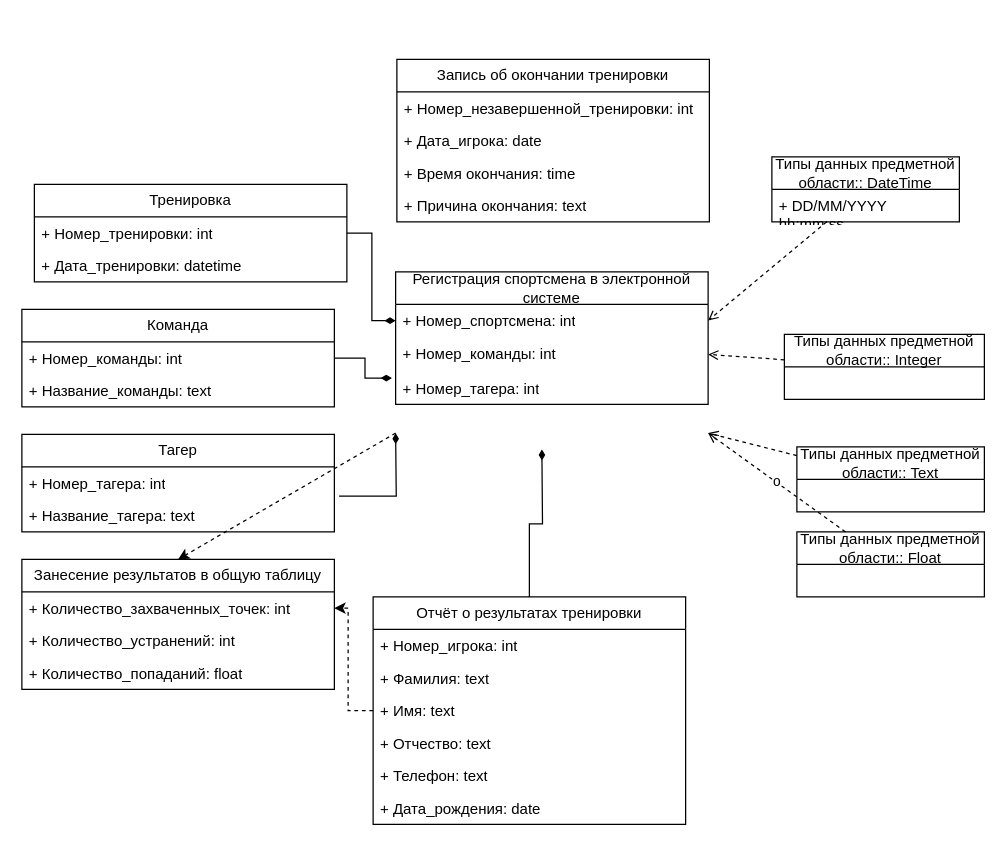
The draw.io diagram Решения/Часть 1. Схемы/Объекты бизнес процесса.drawio in VentoAureo12/Projecting-n-Design, before the edit. Source tidied: cells renumbered, new cells numbered last; positions are measured from the earlier drawing's top-left corner, leaving out a move shared by most shapes. Both pictures are drawn from the tidied source at 125%, with x=0, y=0 at pixel (21, 59).
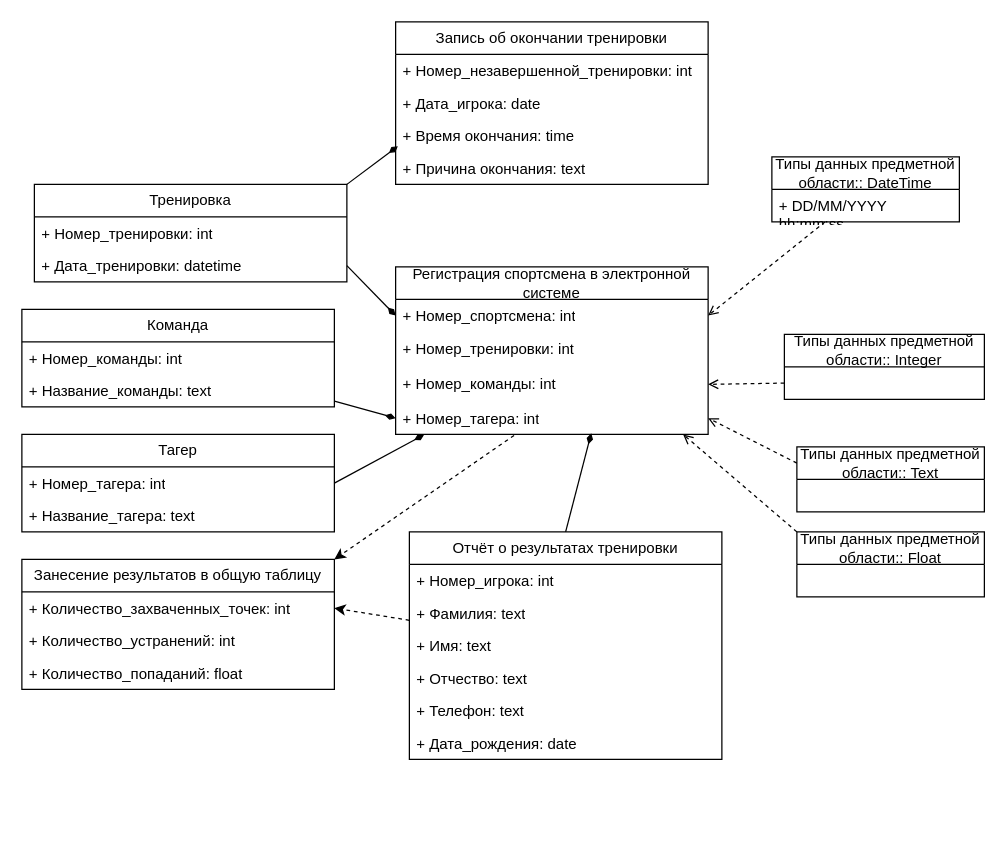
The same diagram, later.

The change refers to these unchanged cells:
```xml
<mxCell id="4" value="+ Номер_спортсмена: int" style="text;strokeColor=none;fillColor=none;align=left;verticalAlign=top;spacingLeft=4;spacingRight=4;overflow=hidden;points=[[0,0.5],[1,0.5]];portConstraint=eastwest;whiteSpace=wrap;html=1;" parent="3" vertex="1">
  <mxGeometry y="26" width="250" height="26" as="geometry" />
</mxCell>
<mxCell id="10" value="+ Время окончания: time" style="text;strokeColor=none;fillColor=none;align=left;verticalAlign=top;spacingLeft=4;spacingRight=4;overflow=hidden;points=[[0,0.5],[1,0.5]];portConstraint=eastwest;whiteSpace=wrap;html=1;" parent="7" vertex="1">
  <mxGeometry y="78" width="250" height="26" as="geometry" />
</mxCell>
<mxCell id="21" value="Тренировка" style="swimlane;fontStyle=0;horizontal=1;startSize=26;fillColor=none;whiteSpace=wrap;html=1;" parent="1" vertex="1">
  <mxGeometry x="10" y="100" width="250" height="78" as="geometry" />
</mxCell>
<mxCell id="22" value="+ Номер_тренировки: int" style="text;strokeColor=none;fillColor=none;align=left;verticalAlign=top;spacingLeft=4;spacingRight=4;overflow=hidden;points=[[0,0.5],[1,0.5]];portConstraint=eastwest;whiteSpace=wrap;html=1;" parent="21" vertex="1">
  <mxGeometry y="26" width="250" height="26" as="geometry" />
</mxCell>
<mxCell id="23" value="+ Дата_тренировки: datetime" style="text;strokeColor=none;fillColor=none;align=left;verticalAlign=top;spacingLeft=4;spacingRight=4;overflow=hidden;points=[[0,0.5],[1,0.5]];portConstraint=eastwest;whiteSpace=wrap;html=1;" parent="21" vertex="1">
  <mxGeometry y="52" width="250" height="26" as="geometry" />
</mxCell>
<mxCell id="24" value="Команда" style="swimlane;fontStyle=0;horizontal=1;startSize=26;fillColor=none;whiteSpace=wrap;html=1;" parent="1" vertex="1">
  <mxGeometry y="200" width="250" height="78" as="geometry" />
</mxCell>
<mxCell id="27" value="Занесение результатов в общую таблицу" style="swimlane;fontStyle=0;horizontal=1;startSize=26;fillColor=none;whiteSpace=wrap;html=1;" parent="1" vertex="1">
  <mxGeometry y="400" width="250" height="104" as="geometry" />
</mxCell>
<mxCell id="28" value="+ Количество_захваченных_точек: int" style="text;strokeColor=none;fillColor=none;align=left;verticalAlign=top;spacingLeft=4;spacingRight=4;overflow=hidden;points=[[0,0.5],[1,0.5]];portConstraint=eastwest;whiteSpace=wrap;html=1;" parent="27" vertex="1">
  <mxGeometry y="26" width="250" height="26" as="geometry" />
</mxCell>
<mxCell id="33" value="+ Номер_тагера: int" style="text;strokeColor=none;fillColor=none;align=left;verticalAlign=top;spacingLeft=4;spacingRight=4;overflow=hidden;points=[[0,0.5],[1,0.5]];portConstraint=eastwest;whiteSpace=wrap;html=1;" parent="32" vertex="1">
  <mxGeometry y="26" width="250" height="26" as="geometry" />
</mxCell>
<mxCell id="34" value="+ Название_тагера: text" style="text;strokeColor=none;fillColor=none;align=left;verticalAlign=top;spacingLeft=4;spacingRight=4;overflow=hidden;points=[[0,0.5],[1,0.5]];portConstraint=eastwest;whiteSpace=wrap;html=1;" parent="32" vertex="1">
  <mxGeometry y="52" width="250" height="26" as="geometry" />
</mxCell>
<mxCell id="41" value="Типы данных предметной области:: Integer" style="swimlane;fontStyle=0;horizontal=1;startSize=26;fillColor=none;whiteSpace=wrap;html=1;" parent="1" vertex="1">
  <mxGeometry x="610" y="220" width="160" height="52" as="geometry" />
</mxCell>
<mxCell id="43" value="Типы данных предметной области:: Text" style="swimlane;fontStyle=0;horizontal=1;startSize=26;fillColor=none;whiteSpace=wrap;html=1;" parent="1" vertex="1">
  <mxGeometry x="620" y="310" width="150" height="52" as="geometry" />
</mxCell>
<mxCell id="45" value="Типы данных предметной области:: Float" style="swimlane;fontStyle=0;horizontal=1;startSize=26;fillColor=none;whiteSpace=wrap;html=1;" parent="1" vertex="1">
  <mxGeometry x="620" y="378" width="150" height="52" as="geometry" />
</mxCell>
```

The edit, as a diff of the source:
```diff
@@
-    <mxCell id="2" style="rounded=0;jettySize=auto;html=1;entryX=0.5;entryY=0;entryDx=0;entryDy=0;dashed=1;exitX=0;exitY=0.5;exitDx=0;exitDy=0;" parent="1" edge="1" target="27">
-      <mxGeometry relative="1" as="geometry">
-        <mxPoint x="299" y="299" as="sourcePoint" />
-      </mxGeometry>
+    <mxCell id="2" style="rounded=0;jettySize=auto;html=1;entryX=1;entryY=0;entryDx=0;entryDy=0;dashed=1;exitX=0.379;exitY=1.033;exitDx=0;exitDy=0;exitPerimeter=0;" parent="1" edge="1" source="6" target="27">
+      <mxGeometry relative="1" as="geometry" />
     </mxCell>
     <mxCell id="3" value="Регистрация спортсмена в электронной системе" style="swimlane;fontStyle=0;horizontal=1;startSize=26;fillColor=none;whiteSpace=wrap;html=1;" parent="1" vertex="1">
-      <mxGeometry x="299" y="170" width="250" height="106" as="geometry" />
+      <mxGeometry x="299" y="166" width="250" height="134" as="geometry" />
     </mxCell>
@@
+    <mxCell id="46" value="+ Номер_тренировки: int" style="text;strokeColor=none;fillColor=none;align=left;verticalAlign=top;spacingLeft=4;spacingRight=4;overflow=hidden;whiteSpace=wrap;html=1;" parent="3" vertex="1">
+      <mxGeometry y="52" width="250" height="28" as="geometry" />
+    </mxCell>
     <mxCell id="5" value="+ Номер_команды: int" style="text;strokeColor=none;fillColor=none;align=left;verticalAlign=top;spacingLeft=4;spacingRight=4;overflow=hidden;points=[[0,0.5],[1,0.5]];portConstraint=eastwest;whiteSpace=wrap;html=1;" parent="3" vertex="1">
-      <mxGeometry y="52" width="250" height="28" as="geometry" />
+      <mxGeometry y="80" width="250" height="28" as="geometry" />
     </mxCell>
     <mxCell id="6" value="+ Номер_тагера: int" style="text;strokeColor=none;fillColor=none;align=left;verticalAlign=top;spacingLeft=4;spacingRight=4;overflow=hidden;points=[[0,0.5],[1,0.5]];portConstraint=eastwest;whiteSpace=wrap;html=1;" parent="3" vertex="1">
-      <mxGeometry y="80" width="250" height="26" as="geometry" />
+      <mxGeometry y="108" width="250" height="26" as="geometry" />
     </mxCell>
     <mxCell id="7" value="Запись об окончании тренировки" style="swimlane;fontStyle=0;horizontal=1;startSize=26;fillColor=none;whiteSpace=wrap;html=1;" parent="1" vertex="1">
-      <mxGeometry x="300" width="250" height="130" as="geometry" />
+      <mxGeometry x="299" y="-30" width="250" height="130" as="geometry" />
     </mxCell>
@@
-    <mxCell id="12" style="edgeStyle=orthogonalEdgeStyle;rounded=0;jettySize=auto;html=1;entryX=0.468;entryY=1;entryDx=0;entryDy=0;endArrow=diamondThin;endFill=1;entryPerimeter=0;" parent="1" edge="1" source="14">
-      <mxGeometry relative="1" as="geometry">
-        <mxPoint x="416" y="312" as="targetPoint" />
-      </mxGeometry>
+    <mxCell id="12" style="rounded=0;jettySize=auto;html=1;entryX=0.626;entryY=0.967;entryDx=0;entryDy=0;endArrow=diamondThin;endFill=1;entryPerimeter=0;exitX=0.5;exitY=0;exitDx=0;exitDy=0;" parent="1" edge="1" source="14" target="6">
+      <mxGeometry relative="1" as="geometry" />
     </mxCell>
-    <mxCell id="13" style="edgeStyle=orthogonalEdgeStyle;rounded=0;jettySize=auto;html=1;entryX=1;entryY=0.5;entryDx=0;entryDy=0;dashed=1;" parent="1" edge="1" source="14" target="28">
+    <mxCell id="13" style="rounded=0;jettySize=auto;html=1;entryX=1;entryY=0.5;entryDx=0;entryDy=0;dashed=1;" parent="1" edge="1" source="14" target="28">
       <mxGeometry relative="1" as="geometry" />
     </mxCell>
     <mxCell id="14" value="Отчёт о результатах тренировки" style="swimlane;fontStyle=0;horizontal=1;startSize=26;fillColor=none;whiteSpace=wrap;html=1;" parent="1" vertex="1">
-      <mxGeometry x="281" y="430" width="250" height="182" as="geometry" />
+      <mxGeometry x="310" y="378" width="250" height="182" as="geometry" />
     </mxCell>
@@
-    <mxCell id="31" style="edgeStyle=orthogonalEdgeStyle;rounded=0;jettySize=auto;html=1;entryX=0;entryY=0.5;entryDx=0;entryDy=0;endArrow=diamondThin;endFill=1;exitX=1.015;exitY=-0.1;exitDx=0;exitDy=0;exitPerimeter=0;" parent="1" edge="1" source="34">
-      <mxGeometry relative="1" as="geometry">
-        <mxPoint x="299" y="299" as="targetPoint" />
-      </mxGeometry>
+    <mxCell id="31" style="rounded=0;jettySize=auto;html=1;entryX=0.091;entryY=1.011;entryDx=0;entryDy=0;endArrow=diamondThin;endFill=1;exitX=1;exitY=0.5;exitDx=0;exitDy=0;entryPerimeter=0;" parent="1" edge="1" source="33" target="6">
+      <mxGeometry relative="1" as="geometry" />
     </mxCell>
@@
-    <mxCell id="35" style="edgeStyle=orthogonalEdgeStyle;rounded=0;jettySize=auto;html=1;entryX=-0.012;entryY=0.192;entryDx=0;entryDy=0;entryPerimeter=0;endArrow=diamondThin;endFill=1;" parent="1" edge="1" source="24" target="6">
+    <mxCell id="35" style="rounded=0;jettySize=auto;html=1;entryX=0;entryY=0.5;entryDx=0;entryDy=0;endArrow=diamondThin;endFill=1;" parent="1" edge="1" source="24" target="6">
       <mxGeometry relative="1" as="geometry" />
     </mxCell>
-    <mxCell id="36" style="edgeStyle=orthogonalEdgeStyle;rounded=0;jettySize=auto;html=1;entryX=0;entryY=0.5;entryDx=0;entryDy=0;endArrow=diamondThin;endFill=1;" parent="1" edge="1" source="22" target="4">
-      <mxGeometry relative="1" as="geometry">
-        <Array as="points">
-          <mxPoint x="280" y="139" />
-          <mxPoint x="280" y="209" />
-        </Array>
-      </mxGeometry>
+    <mxCell id="36" style="rounded=0;jettySize=auto;html=1;entryX=0;entryY=0.5;entryDx=0;entryDy=0;endArrow=diamondThin;endFill=1;exitX=1;exitY=0.5;exitDx=0;exitDy=0;" parent="1" edge="1" source="23" target="4">
+      <mxGeometry relative="1" as="geometry" />
     </mxCell>
@@
-    <mxCell id="40" style="rounded=0;jettySize=auto;html=1;entryX=1;entryY=0.5;entryDx=0;entryDy=0;dashed=1;endArrow=open;endFill=0;" parent="1" edge="1" source="41" target="5">
+    <mxCell id="40" style="rounded=0;jettySize=auto;html=1;entryX=1;entryY=0.5;entryDx=0;entryDy=0;dashed=1;endArrow=open;endFill=0;exitX=0;exitY=0.75;exitDx=0;exitDy=0;" parent="1" edge="1" source="41" target="5">
       <mxGeometry relative="1" as="geometry" />
     </mxCell>
@@
-    <mxCell id="42" style="rounded=0;jettySize=auto;html=1;entryX=1;entryY=0.5;entryDx=0;entryDy=0;dashed=1;endArrow=open;endFill=0;" parent="1" edge="1" source="43">
-      <mxGeometry relative="1" as="geometry">
-        <mxPoint x="549" y="299" as="targetPoint" />
-      </mxGeometry>
+    <mxCell id="42" style="rounded=0;jettySize=auto;html=1;entryX=1;entryY=0.5;entryDx=0;entryDy=0;dashed=1;endArrow=open;endFill=0;exitX=0;exitY=0.25;exitDx=0;exitDy=0;" parent="1" edge="1" source="43" target="6">
+      <mxGeometry relative="1" as="geometry" />
     </mxCell>
@@
-    <mxCell id="44" value="o" style="rounded=0;jettySize=auto;html=1;entryX=1;entryY=0.5;entryDx=0;entryDy=0;endArrow=open;endFill=0;dashed=1;" parent="1" edge="1" source="45">
-      <mxGeometry relative="1" as="geometry">
-        <mxPoint x="549" y="299" as="targetPoint" />
-      </mxGeometry>
-    </mxCell>
@@
+    <mxCell id="47" style="rounded=0;jettySize=auto;html=1;entryX=0.007;entryY=0.824;entryDx=0;entryDy=0;entryPerimeter=0;exitX=1;exitY=0;exitDx=0;exitDy=0;endArrow=diamondThin;endFill=1;" parent="1" edge="1" source="21" target="10">
+      <mxGeometry relative="1" as="geometry" />
+    </mxCell>
+    <mxCell id="48" style="rounded=0;jettySize=auto;html=1;entryX=1;entryY=0.5;entryDx=0;entryDy=0;dashed=1;endArrow=open;endFill=0;exitX=0;exitY=0;exitDx=0;exitDy=0;" parent="1" edge="1" source="45">
+      <mxGeometry relative="1" as="geometry">
+        <mxPoint x="529" y="300" as="targetPoint" />
+      </mxGeometry>
+    </mxCell>
```
